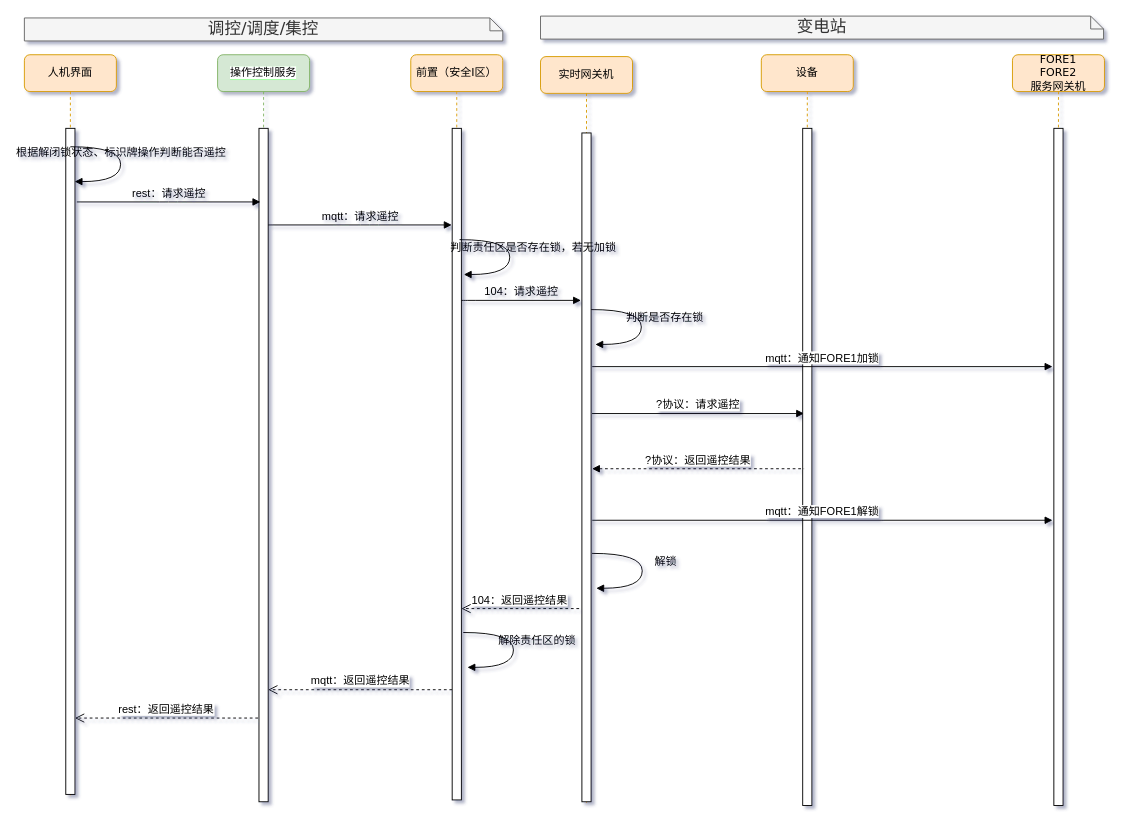
Before: page "集控站直控" (1 of 8) of 操作与控制.drawio in qwe995272801/taowenxiang, a draw.io diagram. Source tidied: cells renumbered, new cells numbered last; positions are measured from the earlier drawing's top-left corner, leaving out a move shared by most shapes. Both pictures are drawn from the tidied source at 92%, with x=0, y=0 at pixel (24, 16).
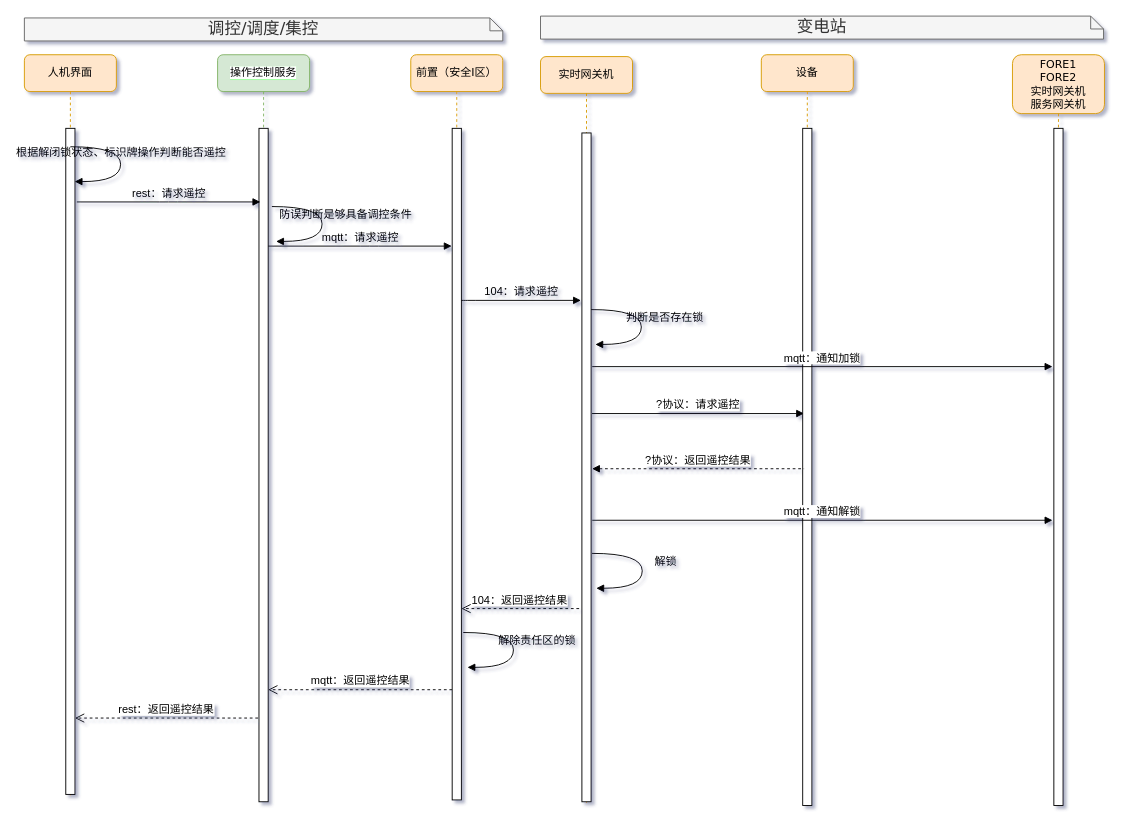
After the change.

Diff of the diagram source:
```diff
@@
     <mxCell id="14" value="mqtt：请求遥控" style="html=1;verticalAlign=bottom;endArrow=block;labelBackgroundColor=none;fontFamily=Helvetica;fontSize=12;edgeStyle=elbowEdgeStyle;elbow=vertical;" parent="1" edge="1">
       <mxGeometry relative="1" as="geometry">
-        <mxPoint x="265" y="227" as="sourcePoint" />
-        <mxPoint x="464.5" y="227" as="targetPoint" />
+        <mxPoint x="265" y="250" as="sourcePoint" />
+        <mxPoint x="464.5" y="250" as="targetPoint" />
         <Array as="points">
-          <mxPoint x="375" y="227" />
-          <mxPoint x="215" y="277" />
-          <mxPoint x="205" y="277" />
+          <mxPoint x="375" y="250" />
+          <mxPoint x="215" y="300" />
+          <mxPoint x="205" y="300" />
         </Array>
       </mxGeometry>
     </mxCell>
@@
-    <mxCell id="25" value="mqtt：通知FORE1解锁" style="html=1;verticalAlign=bottom;endArrow=block;fontFamily=Helvetica;fontSize=12;" parent="1" edge="1">
+    <mxCell id="25" value="mqtt：通知解锁" style="html=1;verticalAlign=bottom;endArrow=block;fontFamily=Helvetica;fontSize=12;" parent="1" edge="1">
       <mxGeometry relative="1" as="geometry">
         <mxPoint x="617.2" y="548" as="sourcePoint" />
         <mxPoint x="1117.5" y="548" as="targetPoint" />
       </mxGeometry>
     </mxCell>
-    <mxCell id="26" value="&lt;div&gt;FORE1&lt;/div&gt;&lt;div&gt;FORE2&lt;/div&gt;&lt;div&gt;服务网关机&lt;/div&gt;" style="shape=umlLifeline;perimeter=lifelinePerimeter;whiteSpace=wrap;html=1;rounded=1;shadow=0;comic=0;labelBackgroundColor=none;strokeWidth=1;fontFamily=Verdana;fontSize=12;align=center;fillColor=#ffe6cc;strokeColor=#d79b00;" parent="1" vertex="1">
+    <mxCell id="26" value="&lt;div&gt;FORE1&lt;/div&gt;&lt;div&gt;FORE2&lt;/div&gt;&lt;div&gt;实时网关机&lt;br&gt;&lt;/div&gt;&lt;div&gt;服务网关机&lt;/div&gt;" style="shape=umlLifeline;perimeter=lifelinePerimeter;whiteSpace=wrap;html=1;rounded=1;shadow=0;comic=0;labelBackgroundColor=none;strokeWidth=1;fontFamily=Verdana;fontSize=12;align=center;fillColor=#ffe6cc;strokeColor=#d79b00;size=64;" parent="1" vertex="1">
       <mxGeometry x="1074" y="42" width="100" height="816" as="geometry" />
     </mxCell>
@@
-    <mxCell id="29" value="mqtt：通知FORE1加锁" style="html=1;verticalAlign=bottom;endArrow=block;fontFamily=Helvetica;fontSize=12;" parent="1" edge="1">
+    <mxCell id="29" value="mqtt：通知加锁" style="html=1;verticalAlign=bottom;endArrow=block;fontFamily=Helvetica;fontSize=12;" parent="1" edge="1">
       <mxGeometry relative="1" as="geometry">
         <mxPoint x="617.2" y="381" as="sourcePoint" />
         <mxPoint x="1117.5" y="381" as="targetPoint" />
       </mxGeometry>
     </mxCell>
-    <mxCell id="30" value="判断责任区是否存在锁，若无加锁" style="html=1;verticalAlign=bottom;endArrow=block;labelBackgroundColor=none;fontFamily=Verdana;fontSize=12;elbow=vertical;edgeStyle=orthogonalEdgeStyle;curved=1;entryX=1;entryY=0.286;entryPerimeter=0;exitX=1.038;exitY=0.345;exitPerimeter=0;" parent="1" edge="1">
+    <mxCell id="30" value="防误判断是够具备调控条件" style="html=1;verticalAlign=bottom;endArrow=block;labelBackgroundColor=none;fontFamily=Verdana;fontSize=12;elbow=vertical;edgeStyle=orthogonalEdgeStyle;curved=1;entryX=1;entryY=0.286;entryPerimeter=0;exitX=1.038;exitY=0.345;exitPerimeter=0;" parent="1" edge="1">
       <mxGeometry x="0.02" y="25" relative="1" as="geometry">
-        <mxPoint x="473" y="243" as="sourcePoint" />
-        <mxPoint x="477.6" y="280.9" as="targetPoint" />
+        <mxPoint x="269" y="207" as="sourcePoint" />
+        <mxPoint x="273.6" y="244.9" as="targetPoint" />
         <Array as="points">
-          <mxPoint x="527.6" y="242.9" />
-          <mxPoint x="527.6" y="280.9" />
+          <mxPoint x="323.6" y="206.9" />
+          <mxPoint x="323.6" y="244.9" />
         </Array>
       </mxGeometry>
     </mxCell>
```
